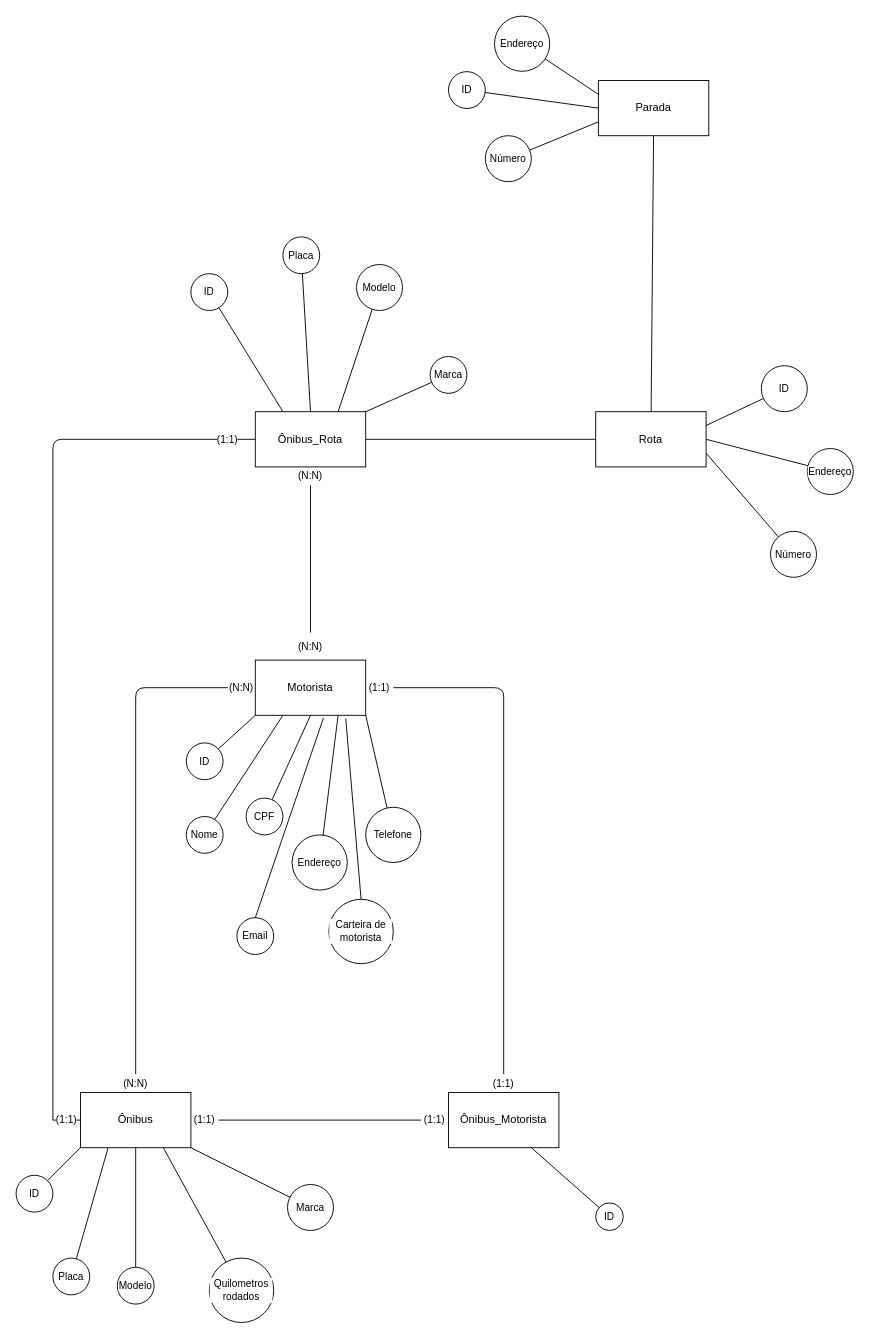
The draw.io diagram page "Sistema de Gestão de Transporte Público" (2 of 2) of BD/Exercicios_DER/exercicios_DER_3.drawio in marcel-aita/DEVNOITE, before the edit. Source tidied: cells renumbered, new cells numbered last; positions are measured from the earlier drawing's top-left corner, leaving out a move shared by most shapes. Both pictures are drawn from the tidied source at 92%, with x=0, y=0 at pixel (16, 16).
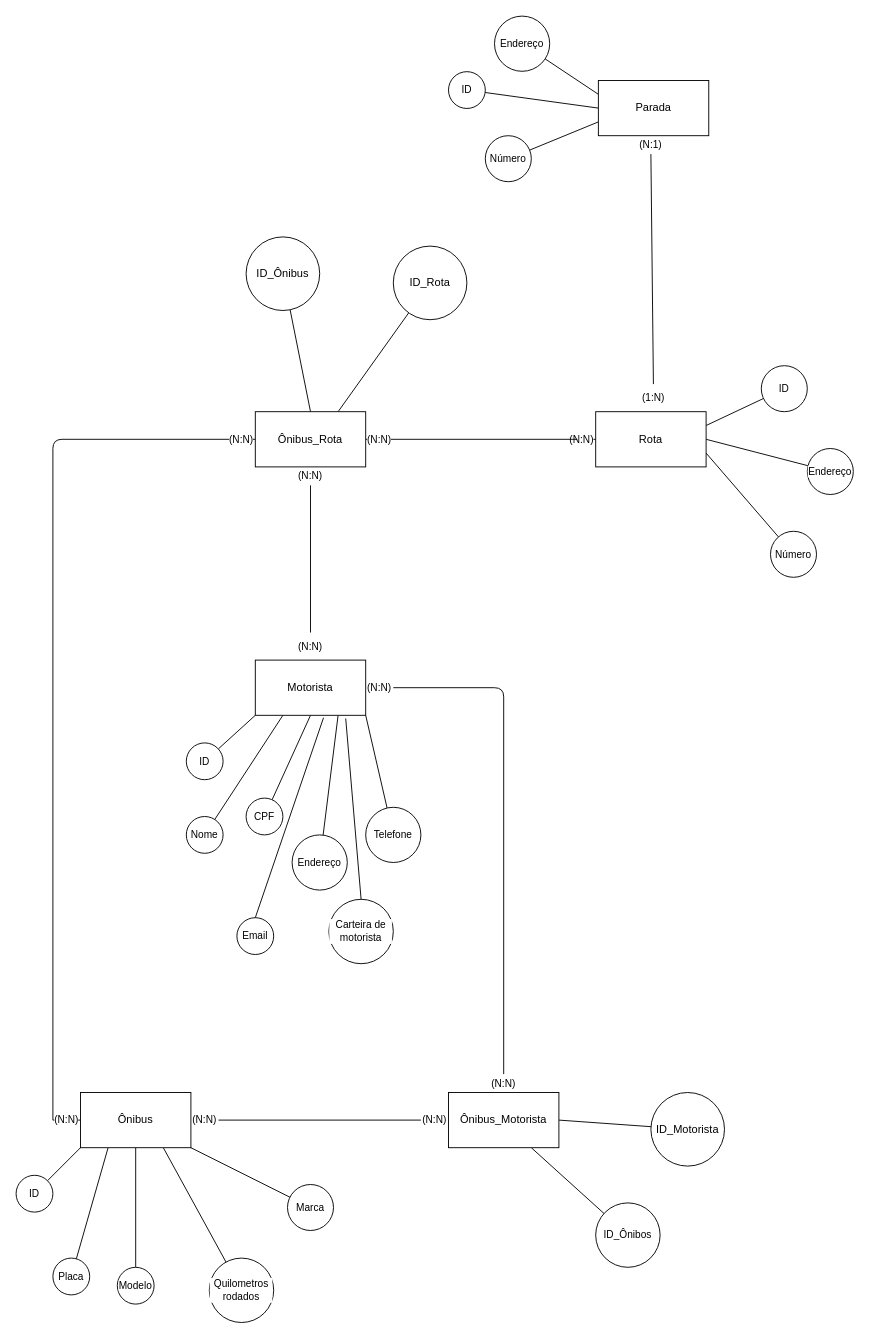
After the change.

Unchanged cells that the change refers to:
```xml
<mxCell id="18" value="Ônibus" style="rounded=0;whiteSpace=wrap;html=1;" parent="1" vertex="1">
  <mxGeometry x="70" y="1170" width="120" height="60" as="geometry" />
</mxCell>
<mxCell id="20" value="Ônibus_Motorista" style="rounded=0;whiteSpace=wrap;html=1;" parent="1" vertex="1">
  <mxGeometry x="470" y="1170" width="120" height="60" as="geometry" />
</mxCell>
<mxCell id="25" value="Rota" style="rounded=0;whiteSpace=wrap;html=1;" parent="1" vertex="1">
  <mxGeometry x="630" y="430" width="120" height="60" as="geometry" />
</mxCell>
<mxCell id="30" value="Ônibus_Rota" style="rounded=0;whiteSpace=wrap;html=1;" parent="1" vertex="1">
  <mxGeometry x="260" y="430" width="120" height="60" as="geometry" />
</mxCell>
<mxCell id="35" value="Parada" style="rounded=0;whiteSpace=wrap;html=1;" parent="1" vertex="1">
  <mxGeometry x="632.9" y="70" width="120" height="60" as="geometry" />
</mxCell>
```

Change to the diagram source:
```diff
@@
-    <mxCell id="3" style="edgeStyle=none;shape=connector;rounded=1;html=1;exitX=0.5;exitY=1;exitDx=0;exitDy=0;entryX=0.5;entryY=0;entryDx=0;entryDy=0;strokeColor=default;align=center;verticalAlign=middle;fontFamily=Helvetica;fontSize=11;fontColor=default;labelBackgroundColor=default;endArrow=none;endFill=0;" parent="1" edge="1" source="39" target="18">
-      <mxGeometry relative="1" as="geometry" />
+    <mxCell id="3" style="edgeStyle=none;shape=connector;rounded=1;html=1;exitX=0.5;exitY=1;exitDx=0;exitDy=0;entryX=0.5;entryY=0;entryDx=0;entryDy=0;strokeColor=default;align=center;verticalAlign=middle;fontFamily=Helvetica;fontSize=11;fontColor=default;labelBackgroundColor=default;endArrow=none;endFill=0;" parent="1" edge="1" target="18">
+      <mxGeometry relative="1" as="geometry">
+        <mxPoint x="130" y="1170" as="sourcePoint" />
+      </mxGeometry>
     </mxCell>
@@
+    <mxCell id="81" style="edgeStyle=none;html=1;exitX=1;exitY=0.5;exitDx=0;exitDy=0;endArrow=none;endFill=0;" parent="1" edge="1" source="20" target="84">
+      <mxGeometry relative="1" as="geometry" />
+    </mxCell>
@@
-    <mxCell id="24" style="edgeStyle=none;shape=connector;rounded=1;html=1;exitX=0;exitY=0.5;exitDx=0;exitDy=0;entryX=1;entryY=0.5;entryDx=0;entryDy=0;strokeColor=default;align=center;verticalAlign=middle;fontFamily=Helvetica;fontSize=11;fontColor=default;labelBackgroundColor=default;endArrow=none;endFill=0;" parent="1" edge="1" source="25" target="30">
+    <mxCell id="24" style="edgeStyle=none;shape=connector;rounded=1;html=1;exitX=0;exitY=0.5;exitDx=0;exitDy=0;entryX=1;entryY=0.5;entryDx=0;entryDy=0;strokeColor=default;align=center;verticalAlign=middle;fontFamily=Helvetica;fontSize=11;fontColor=default;labelBackgroundColor=default;endArrow=none;endFill=0;" parent="1" edge="1" source="94" target="30">
       <mxGeometry relative="1" as="geometry" />
     </mxCell>
@@
-    <mxCell id="26" style="edgeStyle=none;shape=connector;rounded=1;html=1;exitX=0.25;exitY=0;exitDx=0;exitDy=0;strokeColor=default;align=center;verticalAlign=middle;fontFamily=Helvetica;fontSize=11;fontColor=default;labelBackgroundColor=default;endArrow=none;endFill=0;" parent="1" edge="1" source="30" target="58">
-      <mxGeometry relative="1" as="geometry" />
-    </mxCell>
-    <mxCell id="27" style="edgeStyle=none;shape=connector;rounded=1;html=1;exitX=0.5;exitY=0;exitDx=0;exitDy=0;strokeColor=default;align=center;verticalAlign=middle;fontFamily=Helvetica;fontSize=11;fontColor=default;labelBackgroundColor=default;endArrow=none;endFill=0;" parent="1" edge="1" source="30" target="59">
-      <mxGeometry relative="1" as="geometry" />
-    </mxCell>
-    <mxCell id="28" style="edgeStyle=none;shape=connector;rounded=1;html=1;exitX=0.75;exitY=0;exitDx=0;exitDy=0;strokeColor=default;align=center;verticalAlign=middle;fontFamily=Helvetica;fontSize=11;fontColor=default;labelBackgroundColor=default;endArrow=none;endFill=0;" parent="1" edge="1" source="30" target="60">
-      <mxGeometry relative="1" as="geometry" />
-    </mxCell>
-    <mxCell id="29" style="edgeStyle=none;shape=connector;rounded=1;html=1;exitX=1;exitY=0;exitDx=0;exitDy=0;strokeColor=default;align=center;verticalAlign=middle;fontFamily=Helvetica;fontSize=11;fontColor=default;labelBackgroundColor=default;endArrow=none;endFill=0;" parent="1" edge="1" source="30" target="61">
-      <mxGeometry relative="1" as="geometry" />
-    </mxCell>
+    <mxCell id="82" style="edgeStyle=none;html=1;exitX=0.5;exitY=0;exitDx=0;exitDy=0;endArrow=none;endFill=0;" parent="1" edge="1" source="30" target="85">
+      <mxGeometry relative="1" as="geometry" />
+    </mxCell>
+    <mxCell id="83" style="edgeStyle=none;html=1;exitX=0.75;exitY=0;exitDx=0;exitDy=0;endArrow=none;endFill=0;" parent="1" edge="1" source="30" target="86">
+      <mxGeometry relative="1" as="geometry" />
+    </mxCell>
@@
-    <mxCell id="34" style="edgeStyle=none;shape=connector;rounded=1;html=1;exitX=0.5;exitY=1;exitDx=0;exitDy=0;strokeColor=default;align=center;verticalAlign=middle;fontFamily=Helvetica;fontSize=11;fontColor=default;labelBackgroundColor=default;endArrow=none;endFill=0;" parent="1" edge="1" source="35" target="25">
+    <mxCell id="34" style="edgeStyle=none;shape=connector;rounded=1;html=1;exitX=0.5;exitY=1;exitDx=0;exitDy=0;strokeColor=default;align=center;verticalAlign=middle;fontFamily=Helvetica;fontSize=11;fontColor=default;labelBackgroundColor=default;endArrow=none;endFill=0;" parent="1" edge="1" source="90" target="25">
       <mxGeometry relative="1" as="geometry" />
     </mxCell>
@@
-    <mxCell id="37" value="(N:N)" style="text;html=1;align=center;verticalAlign=middle;whiteSpace=wrap;rounded=0;fontFamily=Helvetica;fontSize=11;fontColor=default;labelBackgroundColor=default;" parent="1" vertex="1">
-      <mxGeometry x="230" y="715" width="30" height="30" as="geometry" />
-    </mxCell>
-    <mxCell id="38" style="edgeStyle=none;shape=connector;rounded=1;html=1;exitX=0;exitY=0.5;exitDx=0;exitDy=0;entryX=0.5;entryY=0;entryDx=0;entryDy=0;strokeColor=default;align=center;verticalAlign=middle;fontFamily=Helvetica;fontSize=11;fontColor=default;labelBackgroundColor=default;endArrow=none;endFill=0;" parent="1" edge="1" source="37" target="39">
-      <mxGeometry relative="1" as="geometry">
-        <Array as="points">
-          <mxPoint x="130" y="730" />
-        </Array>
-      </mxGeometry>
-    </mxCell>
-    <mxCell id="39" value="(N:N)" style="text;html=1;align=center;verticalAlign=middle;whiteSpace=wrap;rounded=0;fontFamily=Helvetica;fontSize=11;fontColor=default;labelBackgroundColor=default;" parent="1" vertex="1">
-      <mxGeometry x="100" y="1150" width="60" height="20" as="geometry" />
-    </mxCell>
@@
-    <mxCell id="41" value="(1:1)" style="text;html=1;align=center;verticalAlign=middle;whiteSpace=wrap;rounded=0;fontFamily=Helvetica;fontSize=11;fontColor=default;labelBackgroundColor=default;" parent="1" vertex="1">
+    <mxCell id="41" value="(N:N)" style="text;html=1;align=center;verticalAlign=middle;whiteSpace=wrap;rounded=0;fontFamily=Helvetica;fontSize=11;fontColor=default;labelBackgroundColor=default;" parent="1" vertex="1">
       <mxGeometry x="380" y="715" width="30" height="30" as="geometry" />
     </mxCell>
@@
-    <mxCell id="43" value="(1:1)" style="text;html=1;align=center;verticalAlign=middle;whiteSpace=wrap;rounded=0;fontFamily=Helvetica;fontSize=11;fontColor=default;labelBackgroundColor=default;" parent="1" vertex="1">
+    <mxCell id="43" value="(N:N)" style="text;html=1;align=center;verticalAlign=middle;whiteSpace=wrap;rounded=0;fontFamily=Helvetica;fontSize=11;fontColor=default;labelBackgroundColor=default;" parent="1" vertex="1">
       <mxGeometry x="500" y="1150" width="60" height="20" as="geometry" />
     </mxCell>
@@
-    <mxCell id="45" value="(1:1)" style="text;html=1;align=center;verticalAlign=middle;whiteSpace=wrap;rounded=0;fontFamily=Helvetica;fontSize=11;fontColor=default;labelBackgroundColor=default;" parent="1" vertex="1">
+    <mxCell id="45" value="(N:N)" style="text;html=1;align=center;verticalAlign=middle;whiteSpace=wrap;rounded=0;fontFamily=Helvetica;fontSize=11;fontColor=default;labelBackgroundColor=default;" parent="1" vertex="1">
       <mxGeometry x="190" y="1185" width="30" height="30" as="geometry" />
     </mxCell>
@@
-    <mxCell id="47" value="(1:1)" style="text;html=1;align=center;verticalAlign=middle;whiteSpace=wrap;rounded=0;fontFamily=Helvetica;fontSize=11;fontColor=default;labelBackgroundColor=default;" parent="1" vertex="1">
+    <mxCell id="47" value="(N:N)" style="text;html=1;align=center;verticalAlign=middle;whiteSpace=wrap;rounded=0;fontFamily=Helvetica;fontSize=11;fontColor=default;labelBackgroundColor=default;" parent="1" vertex="1">
       <mxGeometry x="440" y="1185" width="30" height="30" as="geometry" />
     </mxCell>
@@
-    <mxCell id="58" value="ID" style="ellipse;whiteSpace=wrap;html=1;fontFamily=Helvetica;fontSize=11;fontColor=default;labelBackgroundColor=default;" parent="1" vertex="1">
-      <mxGeometry x="190" y="280" width="40" height="40" as="geometry" />
-    </mxCell>
-    <mxCell id="59" value="Placa" style="ellipse;whiteSpace=wrap;html=1;fontFamily=Helvetica;fontSize=11;fontColor=default;labelBackgroundColor=default;" parent="1" vertex="1">
-      <mxGeometry x="290" y="240" width="40" height="40" as="geometry" />
-    </mxCell>
-    <mxCell id="60" value="Modelo" style="ellipse;whiteSpace=wrap;html=1;fontFamily=Helvetica;fontSize=11;fontColor=default;labelBackgroundColor=default;" parent="1" vertex="1">
-      <mxGeometry x="370" y="270" width="50" height="50" as="geometry" />
-    </mxCell>
-    <mxCell id="61" value="Marca" style="ellipse;whiteSpace=wrap;html=1;fontFamily=Helvetica;fontSize=11;fontColor=default;labelBackgroundColor=default;" parent="1" vertex="1">
-      <mxGeometry x="450" y="370" width="40" height="40" as="geometry" />
-    </mxCell>
@@
-    <mxCell id="68" value="(1:1)" style="text;html=1;align=center;verticalAlign=middle;whiteSpace=wrap;rounded=0;fontFamily=Helvetica;fontSize=11;fontColor=default;labelBackgroundColor=default;" parent="1" vertex="1">
+    <mxCell id="68" value="(N:N)" style="text;html=1;align=center;verticalAlign=middle;whiteSpace=wrap;rounded=0;fontFamily=Helvetica;fontSize=11;fontColor=default;labelBackgroundColor=default;" parent="1" vertex="1">
       <mxGeometry x="40" y="1185" width="30" height="30" as="geometry" />
     </mxCell>
@@
-    <mxCell id="70" value="(1:1)" style="text;html=1;align=center;verticalAlign=middle;whiteSpace=wrap;rounded=0;fontFamily=Helvetica;fontSize=11;fontColor=default;labelBackgroundColor=default;" parent="1" vertex="1">
-      <mxGeometry x="200" y="445" width="60" height="30" as="geometry" />
+    <mxCell id="70" value="(N:N)" style="text;html=1;align=center;verticalAlign=middle;whiteSpace=wrap;rounded=0;fontFamily=Helvetica;fontSize=11;fontColor=default;labelBackgroundColor=default;" parent="1" vertex="1">
+      <mxGeometry x="240" y="445" width="10" height="30" as="geometry" />
     </mxCell>
@@
-    <mxCell id="80" value="ID" style="ellipse;whiteSpace=wrap;html=1;fontFamily=Helvetica;fontSize=11;fontColor=default;labelBackgroundColor=default;" parent="1" vertex="1">
-      <mxGeometry x="630" y="1290" width="30" height="30" as="geometry" />
+    <mxCell id="80" value="ID_Ôn&lt;span style=&quot;background-color: light-dark(#ffffff, var(--ge-dark-color, #121212));&quot;&gt;ibos&lt;/span&gt;" style="ellipse;whiteSpace=wrap;html=1;fontFamily=Helvetica;fontSize=11;fontColor=default;labelBackgroundColor=default;" parent="1" vertex="1">
+      <mxGeometry x="630" y="1290" width="70" height="70" as="geometry" />
     </mxCell>
+    <mxCell id="84" value="ID_Motorista" style="ellipse;whiteSpace=wrap;html=1;" parent="1" vertex="1">
+      <mxGeometry x="690" y="1170" width="80" height="80" as="geometry" />
+    </mxCell>
+    <mxCell id="85" value="ID_Ônibus" style="ellipse;whiteSpace=wrap;html=1;" parent="1" vertex="1">
+      <mxGeometry x="250" y="240" width="80" height="80" as="geometry" />
+    </mxCell>
+    <mxCell id="86" value="ID_Rota" style="ellipse;whiteSpace=wrap;html=1;" parent="1" vertex="1">
+      <mxGeometry x="410" y="250" width="80" height="80" as="geometry" />
+    </mxCell>
+    <mxCell id="87" style="edgeStyle=none;shape=connector;rounded=1;html=1;exitX=0;exitY=0.5;exitDx=0;exitDy=0;entryX=1;entryY=0.5;entryDx=0;entryDy=0;strokeColor=default;align=center;verticalAlign=middle;fontFamily=Helvetica;fontSize=11;fontColor=default;labelBackgroundColor=default;endArrow=none;endFill=0;" parent="1" edge="1" source="25" target="88">
+      <mxGeometry relative="1" as="geometry" />
+    </mxCell>
+    <mxCell id="88" value="(N:N)" style="text;html=1;align=center;verticalAlign=middle;whiteSpace=wrap;rounded=0;fontFamily=Helvetica;fontSize=11;fontColor=default;labelBackgroundColor=default;" parent="1" vertex="1">
+      <mxGeometry x="610" y="445" width="10" height="30" as="geometry" />
+    </mxCell>
+    <mxCell id="89" style="edgeStyle=none;shape=connector;rounded=1;html=1;exitX=0.5;exitY=1;exitDx=0;exitDy=0;strokeColor=default;align=center;verticalAlign=middle;fontFamily=Helvetica;fontSize=11;fontColor=default;labelBackgroundColor=default;endArrow=none;endFill=0;" parent="1" edge="1" source="92" target="90">
+      <mxGeometry relative="1" as="geometry" />
+    </mxCell>
+    <mxCell id="90" value="(1:N)" style="text;html=1;align=center;verticalAlign=middle;whiteSpace=wrap;rounded=0;fontFamily=Helvetica;fontSize=11;fontColor=default;labelBackgroundColor=default;" parent="1" vertex="1">
+      <mxGeometry x="682.9" y="400" width="20" height="30" as="geometry" />
+    </mxCell>
+    <mxCell id="91" style="edgeStyle=none;shape=connector;rounded=1;html=1;exitX=0.5;exitY=1;exitDx=0;exitDy=0;strokeColor=default;align=center;verticalAlign=middle;fontFamily=Helvetica;fontSize=11;fontColor=default;labelBackgroundColor=default;endArrow=none;endFill=0;" parent="1" edge="1" source="35" target="92">
+      <mxGeometry relative="1" as="geometry" />
+    </mxCell>
+    <mxCell id="92" value="(N:1)" style="text;html=1;align=center;verticalAlign=middle;whiteSpace=wrap;rounded=0;fontFamily=Helvetica;fontSize=11;fontColor=default;labelBackgroundColor=default;" parent="1" vertex="1">
+      <mxGeometry x="680" y="130" width="20" height="20" as="geometry" />
+    </mxCell>
+    <mxCell id="93" style="edgeStyle=none;shape=connector;rounded=1;html=1;exitX=0;exitY=0.5;exitDx=0;exitDy=0;entryX=1;entryY=0.5;entryDx=0;entryDy=0;strokeColor=default;align=center;verticalAlign=middle;fontFamily=Helvetica;fontSize=11;fontColor=default;labelBackgroundColor=default;endArrow=none;endFill=0;" parent="1" edge="1" source="88" target="94">
+      <mxGeometry relative="1" as="geometry" />
+    </mxCell>
+    <mxCell id="94" value="(N:N)" style="text;html=1;align=center;verticalAlign=middle;whiteSpace=wrap;rounded=0;fontFamily=Helvetica;fontSize=11;fontColor=default;labelBackgroundColor=default;" parent="1" vertex="1">
+      <mxGeometry x="390" y="445" width="10" height="30" as="geometry" />
+    </mxCell>
```
